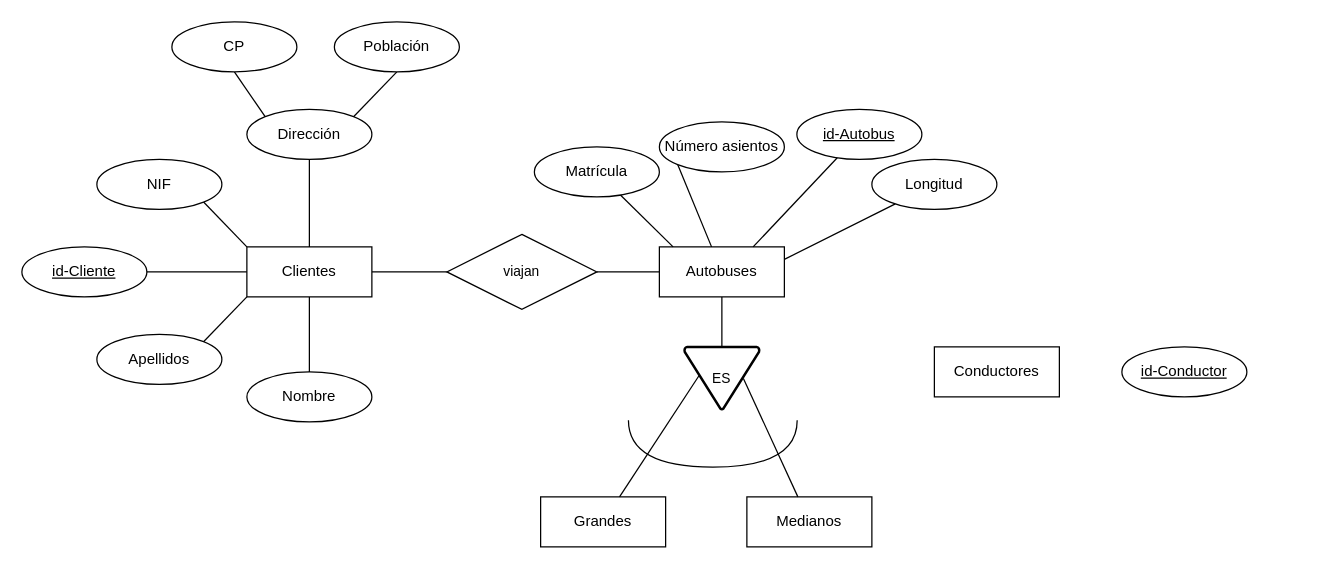
Above: page "BEjercicio1_MarcosZahonero" (1 of 4) of ExamenB_MarcosZahonero.drawio in Maek0s/1DAM_Databases (draw.io), before the change. Source tidied: cells renumbered, new cells numbered last; positions are measured from the earlier drawing's top-left corner, leaving out a move shared by most shapes. Both pictures are drawn from the tidied source at 125%, with x=0, y=0 at pixel (21, 21).
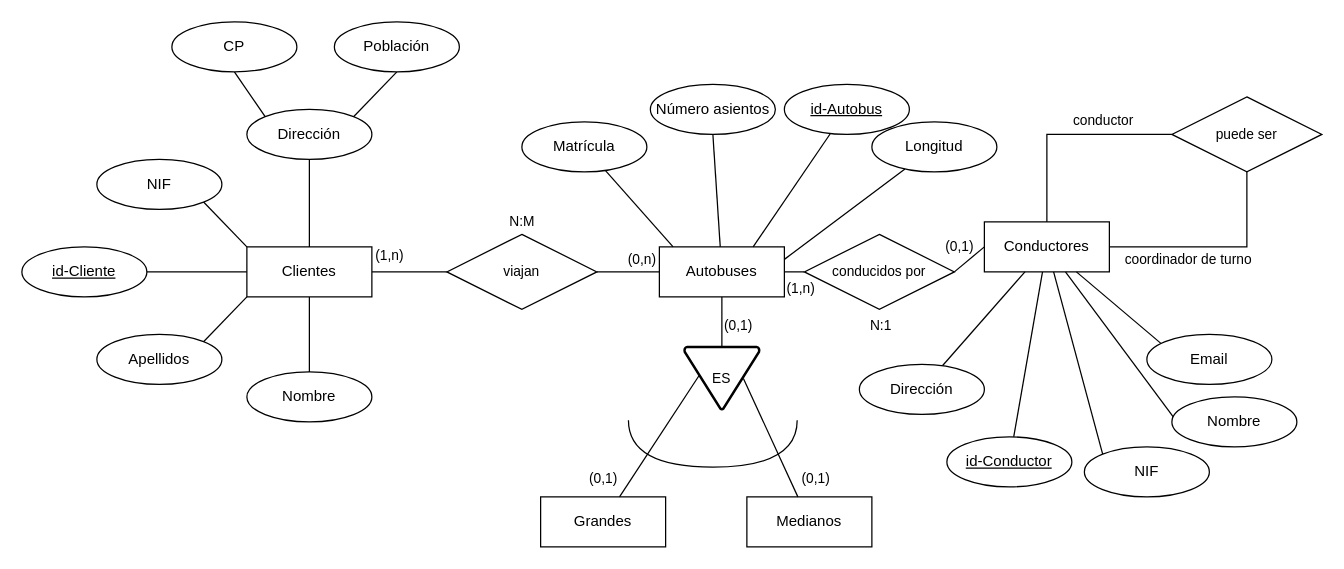
Above is the later version.

Unchanged cells that the change refers to:
```xml
<mxCell id="6" value="Autobuses" style="whiteSpace=wrap;html=1;align=center;" parent="1" vertex="1">
  <mxGeometry x="510" y="180" width="100" height="40" as="geometry" />
</mxCell>
```

Diff of the diagram source:
```diff
@@
+    <mxCell id="38" style="edgeStyle=none;shape=connector;rounded=0;jettySize=auto;html=1;labelBackgroundColor=default;strokeColor=default;align=center;verticalAlign=middle;fontFamily=Helvetica;fontSize=11;fontColor=default;endArrow=none;endFill=0;" parent="1" edge="1" source="6" target="41">
+      <mxGeometry relative="1" as="geometry" />
+    </mxCell>
@@
     <mxCell id="8" value="id-Autobus" style="ellipse;whiteSpace=wrap;html=1;align=center;fontStyle=4;" parent="1" vertex="1">
-      <mxGeometry x="620" y="70" width="100" height="40" as="geometry" />
+      <mxGeometry x="610" y="50" width="100" height="40" as="geometry" />
     </mxCell>
@@
+    <mxCell id="39" style="edgeStyle=none;shape=connector;rounded=0;jettySize=auto;html=1;labelBackgroundColor=default;strokeColor=default;align=center;verticalAlign=middle;fontFamily=Helvetica;fontSize=11;fontColor=default;endArrow=none;endFill=0;" parent="1" edge="1" source="21" target="26">
+      <mxGeometry relative="1" as="geometry" />
+    </mxCell>
+    <mxCell id="40" style="edgeStyle=none;shape=connector;rounded=0;jettySize=auto;html=1;labelBackgroundColor=default;strokeColor=default;align=center;verticalAlign=middle;fontFamily=Helvetica;fontSize=11;fontColor=default;endArrow=none;endFill=0;entryX=0;entryY=0.5;entryDx=0;entryDy=0;" parent="1" edge="1" source="21" target="51">
+      <mxGeometry relative="1" as="geometry">
+        <Array as="points">
+          <mxPoint x="820" y="120" />
+          <mxPoint x="820" y="90" />
+        </Array>
+      </mxGeometry>
+    </mxCell>
     <mxCell id="21" value="Conductores" style="whiteSpace=wrap;html=1;align=center;" parent="1" vertex="1">
-      <mxGeometry x="730" y="260" width="100" height="40" as="geometry" />
+      <mxGeometry x="770" y="160" width="100" height="40" as="geometry" />
     </mxCell>
@@
     <mxCell id="25" value="Matrícula" style="ellipse;whiteSpace=wrap;html=1;align=center;" parent="1" vertex="1">
-      <mxGeometry x="410" y="100" width="100" height="40" as="geometry" />
+      <mxGeometry x="400" y="80" width="100" height="40" as="geometry" />
     </mxCell>
     <mxCell id="26" value="id-Conductor" style="ellipse;whiteSpace=wrap;html=1;align=center;fontStyle=4;" parent="1" vertex="1">
-      <mxGeometry x="880" y="260" width="100" height="40" as="geometry" />
+      <mxGeometry x="740" y="332" width="100" height="40" as="geometry" />
     </mxCell>
-    <mxCell id="27" style="edgeStyle=none;shape=connector;rounded=0;jettySize=auto;html=1;exitX=0;exitY=1;exitDx=0;exitDy=0;labelBackgroundColor=default;strokeColor=default;align=center;verticalAlign=middle;fontFamily=Helvetica;fontSize=11;fontColor=default;endArrow=none;endFill=0;" parent="1" edge="1" source="28" target="6">
+    <mxCell id="27" style="edgeStyle=none;shape=connector;rounded=0;jettySize=auto;html=1;exitX=0.5;exitY=1;exitDx=0;exitDy=0;labelBackgroundColor=default;strokeColor=default;align=center;verticalAlign=middle;fontFamily=Helvetica;fontSize=11;fontColor=default;endArrow=none;endFill=0;" parent="1" edge="1" source="28" target="6">
       <mxGeometry relative="1" as="geometry" />
     </mxCell>
     <mxCell id="28" value="Número asientos" style="ellipse;whiteSpace=wrap;html=1;align=center;" parent="1" vertex="1">
-      <mxGeometry x="510" y="80" width="100" height="40" as="geometry" />
+      <mxGeometry x="502.8" y="50" width="100" height="40" as="geometry" />
     </mxCell>
@@
     <mxCell id="30" value="Longitud" style="ellipse;whiteSpace=wrap;html=1;align=center;" parent="1" vertex="1">
-      <mxGeometry x="680" y="110" width="100" height="40" as="geometry" />
+      <mxGeometry x="680" y="80" width="100" height="40" as="geometry" />
     </mxCell>
@@
+    <mxCell id="41" value="conducidos por" style="shape=rhombus;perimeter=rhombusPerimeter;whiteSpace=wrap;html=1;align=center;fontFamily=Helvetica;fontSize=11;fontColor=default;" parent="1" vertex="1">
+      <mxGeometry x="626" y="170" width="120" height="60" as="geometry" />
+    </mxCell>
+    <mxCell id="42" style="edgeStyle=none;shape=connector;rounded=0;jettySize=auto;html=1;exitX=0;exitY=0.5;exitDx=0;exitDy=0;labelBackgroundColor=default;strokeColor=default;align=center;verticalAlign=middle;fontFamily=Helvetica;fontSize=11;fontColor=default;endArrow=none;endFill=0;entryX=1;entryY=0.5;entryDx=0;entryDy=0;" parent="1" edge="1" source="21" target="41">
+      <mxGeometry relative="1" as="geometry" />
+    </mxCell>
+    <mxCell id="43" style="edgeStyle=none;shape=connector;rounded=0;jettySize=auto;html=1;exitX=0.5;exitY=1;exitDx=0;exitDy=0;labelBackgroundColor=default;strokeColor=default;align=center;verticalAlign=middle;fontFamily=Helvetica;fontSize=11;fontColor=default;endArrow=none;endFill=0;" parent="1" edge="1" source="44" target="21">
+      <mxGeometry relative="1" as="geometry" />
+    </mxCell>
+    <mxCell id="44" value="Email" style="ellipse;whiteSpace=wrap;html=1;align=center;" parent="1" vertex="1">
+      <mxGeometry x="900" y="250" width="100" height="40" as="geometry" />
+    </mxCell>
+    <mxCell id="45" style="edgeStyle=none;shape=connector;rounded=0;jettySize=auto;html=1;exitX=0;exitY=1;exitDx=0;exitDy=0;labelBackgroundColor=default;strokeColor=default;align=center;verticalAlign=middle;fontFamily=Helvetica;fontSize=11;fontColor=default;endArrow=none;endFill=0;" parent="1" edge="1" source="46" target="21">
+      <mxGeometry relative="1" as="geometry" />
+    </mxCell>
+    <mxCell id="46" value="Nombre" style="ellipse;whiteSpace=wrap;html=1;align=center;" parent="1" vertex="1">
+      <mxGeometry x="920" y="300" width="100" height="40" as="geometry" />
+    </mxCell>
+    <mxCell id="47" style="edgeStyle=none;shape=connector;rounded=0;jettySize=auto;html=1;exitX=0;exitY=0;exitDx=0;exitDy=0;labelBackgroundColor=default;strokeColor=default;align=center;verticalAlign=middle;fontFamily=Helvetica;fontSize=11;fontColor=default;endArrow=none;endFill=0;" parent="1" edge="1" source="48" target="21">
+      <mxGeometry relative="1" as="geometry" />
+    </mxCell>
+    <mxCell id="48" value="NIF" style="ellipse;whiteSpace=wrap;html=1;align=center;" parent="1" vertex="1">
+      <mxGeometry x="850" y="340" width="100" height="40" as="geometry" />
+    </mxCell>
+    <mxCell id="49" style="edgeStyle=none;shape=connector;rounded=0;jettySize=auto;html=1;labelBackgroundColor=default;strokeColor=default;align=center;verticalAlign=middle;fontFamily=Helvetica;fontSize=11;fontColor=default;endArrow=none;endFill=0;" parent="1" edge="1" source="50" target="21">
+      <mxGeometry relative="1" as="geometry" />
+    </mxCell>
+    <mxCell id="50" value="Dirección" style="ellipse;whiteSpace=wrap;html=1;align=center;" parent="1" vertex="1">
+      <mxGeometry x="670" y="274" width="100" height="40" as="geometry" />
+    </mxCell>
+    <mxCell id="51" value="puede ser" style="shape=rhombus;perimeter=rhombusPerimeter;whiteSpace=wrap;html=1;align=center;fontFamily=Helvetica;fontSize=11;fontColor=default;" parent="1" vertex="1">
+      <mxGeometry x="920" y="60" width="120" height="60" as="geometry" />
+    </mxCell>
+    <mxCell id="52" style="edgeStyle=none;shape=connector;rounded=0;jettySize=auto;html=1;labelBackgroundColor=default;strokeColor=default;align=center;verticalAlign=middle;fontFamily=Helvetica;fontSize=11;fontColor=default;endArrow=none;endFill=0;entryX=0.5;entryY=1;entryDx=0;entryDy=0;" parent="1" edge="1" source="21" target="51">
+      <mxGeometry relative="1" as="geometry">
+        <Array as="points">
+          <mxPoint x="980" y="180" />
+        </Array>
+      </mxGeometry>
+    </mxCell>
+    <mxCell id="53" value="coordinador de turno" style="text;html=1;align=center;verticalAlign=middle;strokeColor=none;fillColor=none;fontSize=11;fontFamily=Helvetica;fontColor=default;" parent="1" vertex="1">
+      <mxGeometry x="868" y="175" width="130" height="30" as="geometry" />
+    </mxCell>
+    <mxCell id="54" value="conductor" style="text;html=1;align=center;verticalAlign=middle;strokeColor=none;fillColor=none;fontSize=11;fontFamily=Helvetica;fontColor=default;" parent="1" vertex="1">
+      <mxGeometry x="830" y="64" width="70" height="30" as="geometry" />
+    </mxCell>
+    <mxCell id="55" value="(1,n)" style="text;html=1;align=center;verticalAlign=middle;strokeColor=none;fillColor=none;fontSize=11;fontFamily=Helvetica;fontColor=default;" parent="1" vertex="1">
+      <mxGeometry x="598" y="198" width="50" height="30" as="geometry" />
+    </mxCell>
+    <mxCell id="56" value="(0,1)" style="text;html=1;align=center;verticalAlign=middle;strokeColor=none;fillColor=none;fontSize=11;fontFamily=Helvetica;fontColor=default;" parent="1" vertex="1">
+      <mxGeometry x="725" y="165" width="50" height="30" as="geometry" />
+    </mxCell>
+    <mxCell id="57" value="N:1" style="text;html=1;align=center;verticalAlign=middle;strokeColor=none;fillColor=none;fontSize=11;fontFamily=Helvetica;fontColor=default;" parent="1" vertex="1">
+      <mxGeometry x="667" y="228" width="40" height="30" as="geometry" />
+    </mxCell>
+    <mxCell id="58" value="(0,1)" style="text;html=1;align=center;verticalAlign=middle;strokeColor=none;fillColor=none;fontSize=11;fontFamily=Helvetica;fontColor=default;" parent="1" vertex="1">
+      <mxGeometry x="548" y="228" width="50" height="30" as="geometry" />
+    </mxCell>
+    <mxCell id="59" value="(0,1)" style="text;html=1;align=center;verticalAlign=middle;strokeColor=none;fillColor=none;fontSize=11;fontFamily=Helvetica;fontColor=default;" parent="1" vertex="1">
+      <mxGeometry x="610" y="350" width="50" height="30" as="geometry" />
+    </mxCell>
+    <mxCell id="60" value="(0,1)" style="text;html=1;align=center;verticalAlign=middle;strokeColor=none;fillColor=none;fontSize=11;fontFamily=Helvetica;fontColor=default;" parent="1" vertex="1">
+      <mxGeometry x="440" y="350" width="50" height="30" as="geometry" />
+    </mxCell>
+    <mxCell id="61" value="(0,n)" style="text;html=1;align=center;verticalAlign=middle;strokeColor=none;fillColor=none;fontSize=11;fontFamily=Helvetica;fontColor=default;" parent="1" vertex="1">
+      <mxGeometry x="471" y="175" width="50" height="30" as="geometry" />
+    </mxCell>
+    <mxCell id="62" value="(1,n)" style="text;html=1;align=center;verticalAlign=middle;strokeColor=none;fillColor=none;fontSize=11;fontFamily=Helvetica;fontColor=default;" parent="1" vertex="1">
+      <mxGeometry x="269" y="172" width="50" height="30" as="geometry" />
+    </mxCell>
+    <mxCell id="63" value="N:M" style="text;html=1;align=center;verticalAlign=middle;strokeColor=none;fillColor=none;fontSize=11;fontFamily=Helvetica;fontColor=default;" parent="1" vertex="1">
+      <mxGeometry x="380" y="145" width="40" height="30" as="geometry" />
+    </mxCell>
```
